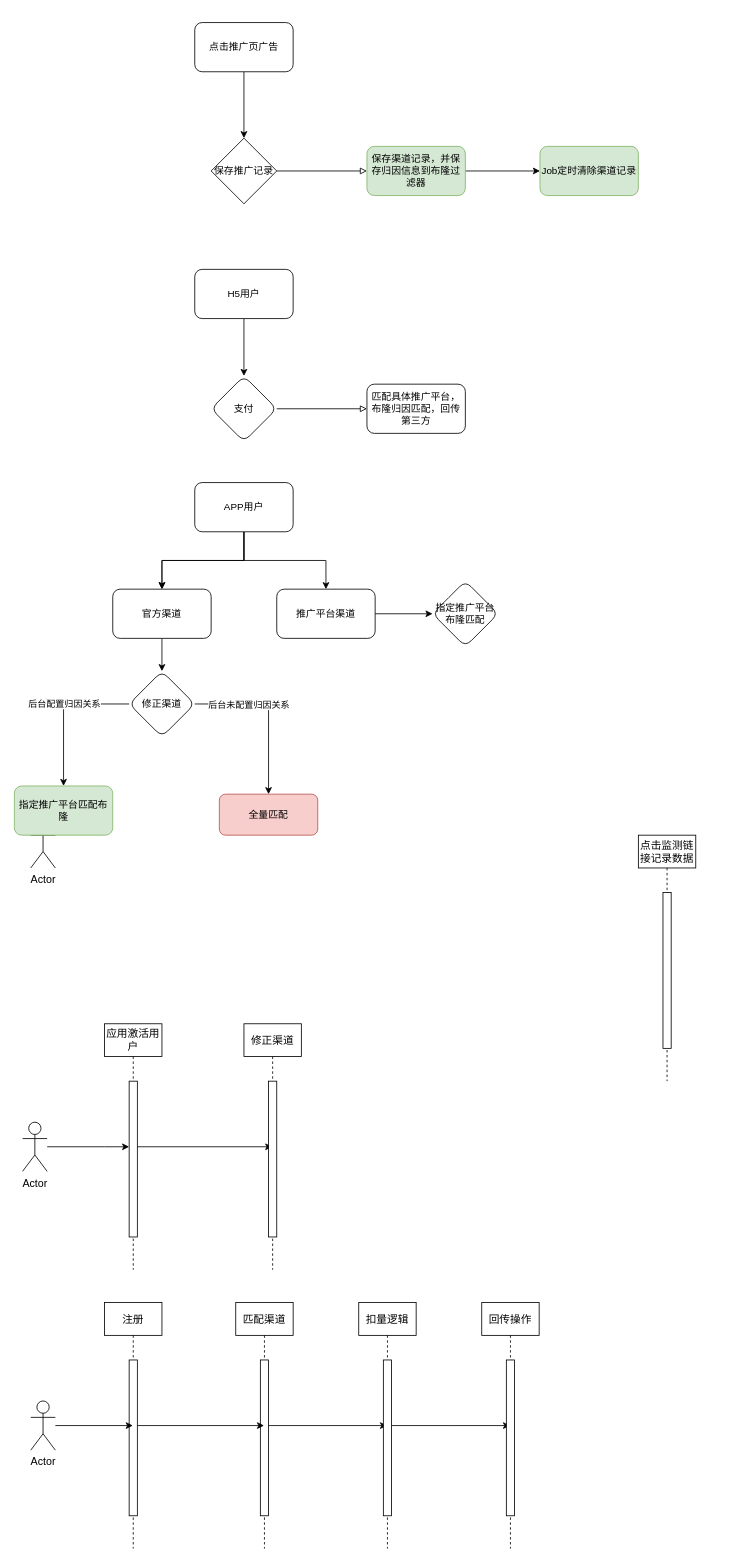
lints123/draw_project keeps this draw.io diagram as 推广平台模式.drawio. Above is the earlier version. Source tidied: cells renumbered, new cells numbered last; positions are measured from the earlier drawing's top-left corner, leaving out a move shared by most shapes. Both pictures are drawn from the tidied source at 82%, with x=0, y=0 at pixel (14, 22).
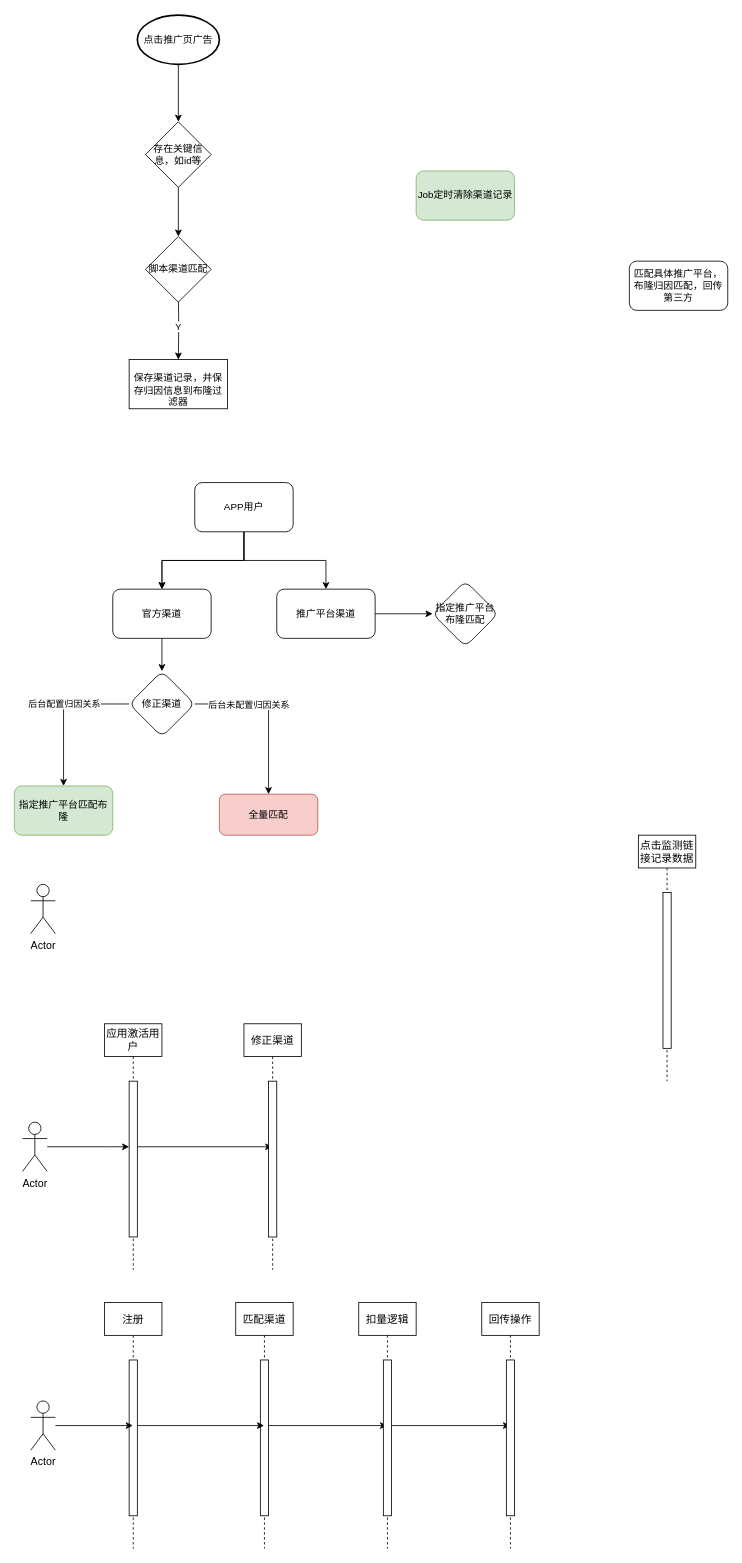
After the change.

Commit message:
更新推广平台模式.drawio

Change to the diagram source:
```diff
@@
     <mxCell id="2" value="Actor" style="shape=umlActor;verticalLabelPosition=bottom;verticalAlign=top;html=1;fontSize=13;" parent="1" vertex="1">
-      <mxGeometry x="20" y="971" width="30" height="60" as="geometry" />
+      <mxGeometry x="20" y="1051" width="30" height="60" as="geometry" />
     </mxCell>
@@
-    <mxCell id="25" style="edgeStyle=orthogonalEdgeStyle;rounded=0;jettySize=auto;html=1;endArrow=block;endFill=0;" parent="1" edge="1" source="26" target="30">
-      <mxGeometry relative="1" as="geometry" />
-    </mxCell>
+    <mxCell id="52" style="edgeStyle=orthogonalEdgeStyle;rounded=0;jettySize=auto;html=1;" parent="1" edge="1" source="26" target="54">
+      <mxGeometry relative="1" as="geometry" />
+    </mxCell>
-    <mxCell id="26" value="保存推广记录" style="rhombus;whiteSpace=wrap;html=1;" parent="1" vertex="1">
-      <mxGeometry x="240" y="141" width="80" height="80" as="geometry" />
+    <mxCell id="26" value="存在关键信息，如id等" style="rhombus;whiteSpace=wrap;html=1;" parent="1" vertex="1">
+      <mxGeometry x="160" y="121" width="80" height="80" as="geometry" />
     </mxCell>
-    <mxCell id="27" style="edgeStyle=orthogonalEdgeStyle;rounded=0;jettySize=auto;html=1;exitX=0.5;exitY=1;exitDx=0;exitDy=0;" parent="1" edge="1" source="28" target="26">
-      <mxGeometry relative="1" as="geometry" />
-    </mxCell>
-    <mxCell id="28" value="点击推广页广告" style="rounded=1;whiteSpace=wrap;html=1;" parent="1" vertex="1">
-      <mxGeometry x="220" width="120" height="60" as="geometry" />
-    </mxCell>
-    <mxCell id="29" style="edgeStyle=orthogonalEdgeStyle;rounded=0;jettySize=auto;html=1;" parent="1" edge="1" source="30" target="31">
-      <mxGeometry relative="1" as="geometry" />
-    </mxCell>
-    <mxCell id="30" value="保存渠道记录，并保存归因信息到布隆过滤器" style="rounded=1;whiteSpace=wrap;html=1;fillColor=#d5e8d4;strokeColor=#82b366;" parent="1" vertex="1">
-      <mxGeometry x="430" y="151" width="120" height="60" as="geometry" />
-    </mxCell>
     <mxCell id="31" value="Job定时清除渠道记录" style="whiteSpace=wrap;html=1;rounded=1;fillColor=#d5e8d4;strokeColor=#82b366;" parent="1" vertex="1">
-      <mxGeometry x="641" y="151" width="120" height="60" as="geometry" />
+      <mxGeometry x="490" y="181" width="120" height="60" as="geometry" />
     </mxCell>
-    <mxCell id="32" style="edgeStyle=orthogonalEdgeStyle;rounded=0;jettySize=auto;html=1;" parent="1" edge="1" source="33" target="35">
-      <mxGeometry relative="1" as="geometry" />
-    </mxCell>
-    <mxCell id="33" value="H5用户" style="rounded=1;whiteSpace=wrap;html=1;" parent="1" vertex="1">
-      <mxGeometry x="220" y="301" width="120" height="60" as="geometry" />
-    </mxCell>
-    <mxCell id="34" style="edgeStyle=orthogonalEdgeStyle;rounded=0;jettySize=auto;html=1;endArrow=block;endFill=0;" parent="1" edge="1" source="35" target="36">
-      <mxGeometry relative="1" as="geometry" />
-    </mxCell>
-    <mxCell id="35" value="支付" style="rhombus;whiteSpace=wrap;html=1;rounded=1;" parent="1" vertex="1">
-      <mxGeometry x="240" y="431" width="80" height="80" as="geometry" />
-    </mxCell>
     <mxCell id="36" value="匹配具体推广平台，布隆归因匹配，回传第三方" style="whiteSpace=wrap;html=1;rounded=1;" parent="1" vertex="1">
-      <mxGeometry x="430" y="441" width="120" height="60" as="geometry" />
+      <mxGeometry x="750" y="291" width="120" height="60" as="geometry" />
     </mxCell>
@@
+    <mxCell id="27" style="edgeStyle=orthogonalEdgeStyle;rounded=0;jettySize=auto;html=1;entryX=0.5;entryY=0;entryDx=0;entryDy=0;" parent="1" edge="1" source="28" target="26">
+      <mxGeometry relative="1" as="geometry" />
+    </mxCell>
+    <mxCell id="28" value="点击推广页广告" style="strokeWidth=2;html=1;shape=mxgraph.flowchart.start_1;whiteSpace=wrap;" parent="1" vertex="1">
+      <mxGeometry x="150" y="-9" width="100" height="60" as="geometry" />
+    </mxCell>
+    <mxCell id="53" value="Y" style="edgeStyle=orthogonalEdgeStyle;rounded=0;jettySize=auto;html=1;" parent="1" edge="1" target="30">
+      <mxGeometry relative="1" as="geometry">
+        <mxPoint x="200" y="331" as="sourcePoint" />
+      </mxGeometry>
+    </mxCell>
+    <mxCell id="30" value="&lt;br style=&quot;border-color: var(--border-color);&quot;&gt;保存渠道记录，并保存归因信息到布隆过滤器" style="whiteSpace=wrap;html=1;" parent="1" vertex="1">
+      <mxGeometry x="140" y="411" width="120" height="60" as="geometry" />
+    </mxCell>
+    <mxCell id="54" value="脚本渠道匹配" style="rhombus;whiteSpace=wrap;html=1;" parent="1" vertex="1">
+      <mxGeometry x="160" y="261" width="80" height="80" as="geometry" />
+    </mxCell>
```
